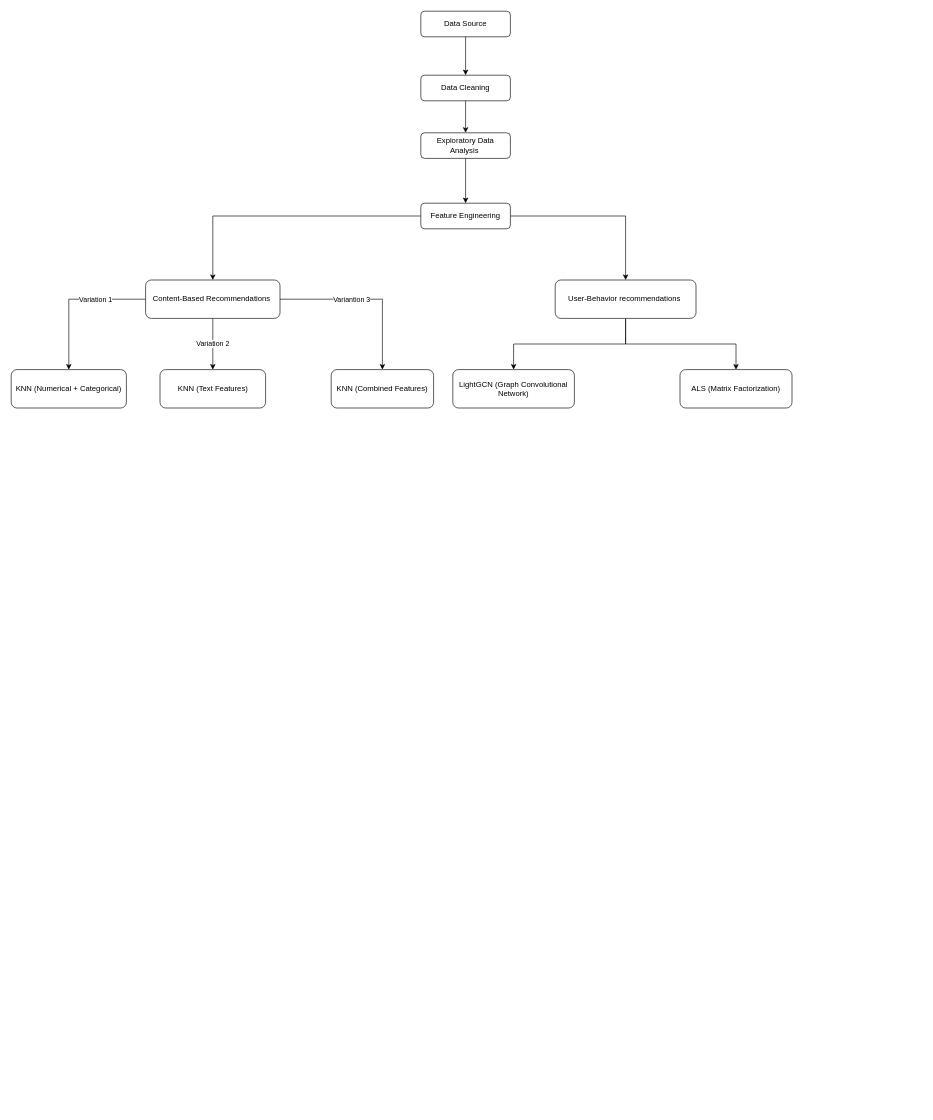
Above: Untitled Diagram.drawio in Vu-Tran-1611/group-project-recommendation-system (draw.io), before the change. Source tidied: cells renumbered, new cells numbered last; positions are measured from the earlier drawing's top-left corner, leaving out a move shared by most shapes. Both pictures are drawn from the tidied source at 64%, with x=0, y=0 at pixel (11, 11).
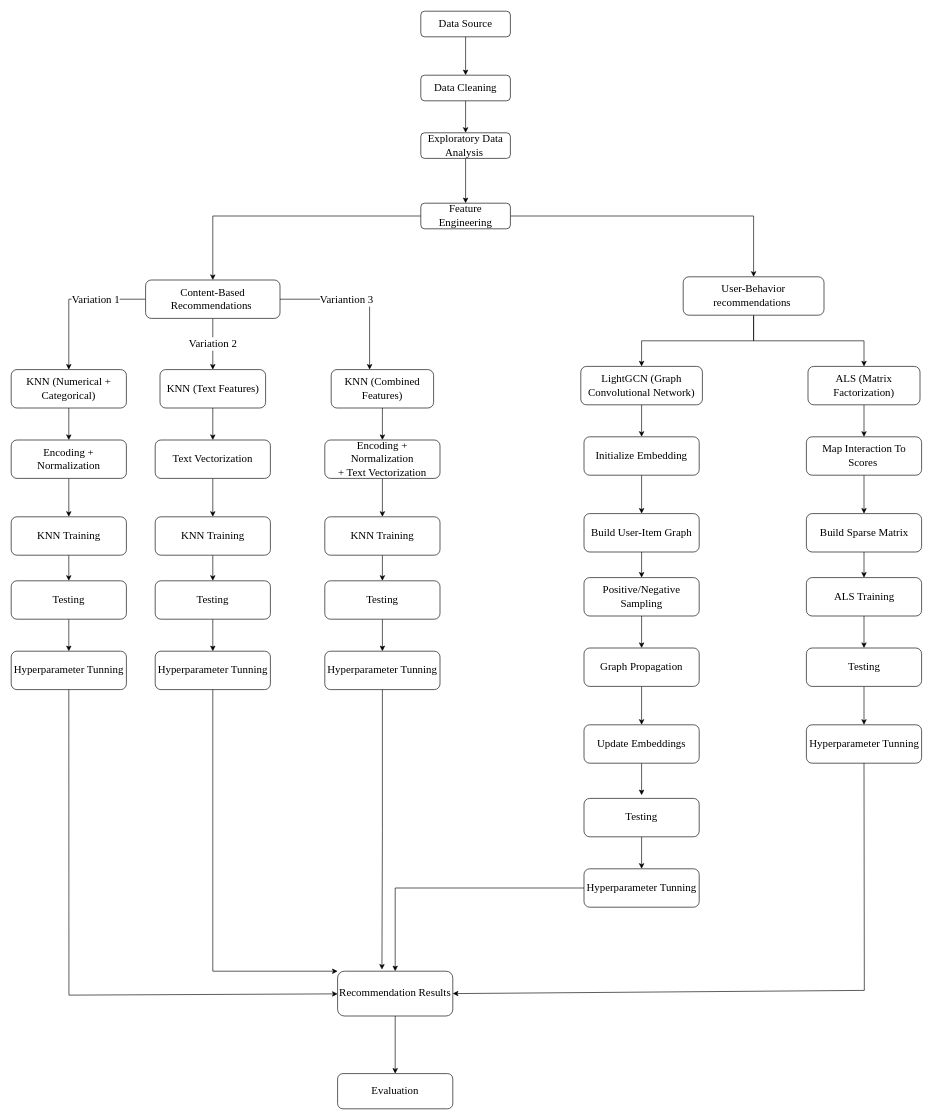
The same diagram, later.

The edit, as a diff of the source:
```diff
@@
-    <mxCell id="2" value="Data Source" style="rounded=1;whiteSpace=wrap;html=1;" parent="1" vertex="1">
+    <mxCell id="2" value="Data Source" style="rounded=1;whiteSpace=wrap;html=1;fontSize=17;fontFamily=Times New Roman;" parent="1" vertex="1">
       <mxGeometry x="640" width="140" height="40" as="geometry" />
     </mxCell>
-    <mxCell id="3" style="endArrow=classic;html=1;rounded=0;exitX=0.5;exitY=1;exitDx=0;exitDy=0;" parent="1" edge="1" source="2" target="4">
+    <mxCell id="3" style="endArrow=classic;html=1;rounded=0;exitX=0.5;exitY=1;exitDx=0;exitDy=0;fontSize=17;fontFamily=Times New Roman;" parent="1" edge="1" source="2" target="4">
       <mxGeometry relative="1" as="geometry" />
     </mxCell>
-    <mxCell id="4" value="Data Cleaning" style="rounded=1;whiteSpace=wrap;html=1;" parent="1" vertex="1">
+    <mxCell id="4" value="Data Cleaning" style="rounded=1;whiteSpace=wrap;html=1;fontSize=17;fontFamily=Times New Roman;" parent="1" vertex="1">
       <mxGeometry x="640" y="100" width="140" height="40" as="geometry" />
     </mxCell>
-    <mxCell id="5" value="Exploratory Data Analysis&amp;nbsp;" style="rounded=1;whiteSpace=wrap;html=1;" parent="1" vertex="1">
+    <mxCell id="5" value="Exploratory Data Analysis&amp;nbsp;" style="rounded=1;whiteSpace=wrap;html=1;fontSize=17;fontFamily=Times New Roman;" parent="1" vertex="1">
       <mxGeometry x="640" y="190" width="140" height="40" as="geometry" />
     </mxCell>
-    <mxCell id="6" style="endArrow=classic;html=1;rounded=0;exitX=0.5;exitY=1;exitDx=0;exitDy=0;" parent="1" edge="1" source="5" target="9">
+    <mxCell id="6" style="endArrow=classic;html=1;rounded=0;exitX=0.5;exitY=1;exitDx=0;exitDy=0;fontSize=17;fontFamily=Times New Roman;" parent="1" edge="1" source="5" target="9">
       <mxGeometry relative="1" as="geometry" />
     </mxCell>
-    <mxCell id="7" style="edgeStyle=orthogonalEdgeStyle;rounded=0;jettySize=auto;html=1;" parent="1" edge="1" source="9" target="16">
+    <mxCell id="7" style="edgeStyle=orthogonalEdgeStyle;rounded=0;jettySize=auto;html=1;fontSize=17;fontFamily=Times New Roman;" parent="1" edge="1" source="9" target="16">
       <mxGeometry relative="1" as="geometry" />
     </mxCell>
-    <mxCell id="8" style="edgeStyle=orthogonalEdgeStyle;rounded=0;jettySize=auto;html=1;" parent="1" edge="1" source="9" target="19">
+    <mxCell id="8" style="edgeStyle=orthogonalEdgeStyle;rounded=0;jettySize=auto;html=1;fontSize=17;fontFamily=Times New Roman;" parent="1" edge="1" source="9" target="19">
       <mxGeometry relative="1" as="geometry" />
     </mxCell>
-    <mxCell id="9" value="Feature Engineering" style="rounded=1;whiteSpace=wrap;html=1;" parent="1" vertex="1">
+    <mxCell id="9" value="Feature Engineering" style="rounded=1;whiteSpace=wrap;html=1;fontSize=17;fontFamily=Times New Roman;" parent="1" vertex="1">
       <mxGeometry x="640" y="300" width="140" height="40" as="geometry" />
     </mxCell>
-    <mxCell id="10" style="endArrow=classic;html=1;rounded=0;exitX=0.5;exitY=1;exitDx=0;exitDy=0;" parent="1" edge="1" source="4" target="5">
+    <mxCell id="10" style="endArrow=classic;html=1;rounded=0;exitX=0.5;exitY=1;exitDx=0;exitDy=0;fontSize=17;fontFamily=Times New Roman;" parent="1" edge="1" source="4" target="5">
       <mxGeometry relative="1" as="geometry" />
     </mxCell>
-    <mxCell id="11" style="edgeStyle=orthogonalEdgeStyle;rounded=0;jettySize=auto;html=1;" parent="1" edge="1" source="16" target="20">
+    <mxCell id="11" style="edgeStyle=orthogonalEdgeStyle;rounded=0;jettySize=auto;html=1;fontSize=17;fontFamily=Times New Roman;" parent="1" edge="1" source="16" target="20">
       <mxGeometry relative="1" as="geometry" />
     </mxCell>
-    <mxCell id="12" value="Variation 1" style="edgeLabel;html=1;align=center;verticalAlign=middle;" parent="11" vertex="1">
+    <mxCell id="12" value="Variation 1" style="edgeLabel;html=1;align=center;verticalAlign=middle;fontSize=17;fontFamily=Times New Roman;" parent="11" vertex="1">
       <mxGeometry x="-0.31" relative="1" as="geometry" />
     </mxCell>
-    <mxCell id="13" value="Variation 2" style="edgeStyle=orthogonalEdgeStyle;rounded=0;jettySize=auto;html=1;" parent="1" edge="1" source="16" target="21">
+    <mxCell id="13" value="Variation 2" style="edgeStyle=orthogonalEdgeStyle;rounded=0;jettySize=auto;html=1;fontSize=17;fontFamily=Times New Roman;" parent="1" edge="1" source="16" target="21">
       <mxGeometry relative="1" as="geometry" />
     </mxCell>
-    <mxCell id="14" style="edgeStyle=orthogonalEdgeStyle;rounded=0;jettySize=auto;html=1;" parent="1" edge="1" source="16" target="22">
-      <mxGeometry relative="1" as="geometry" />
+    <mxCell id="14" style="edgeStyle=orthogonalEdgeStyle;rounded=0;jettySize=auto;html=1;fontSize=17;fontFamily=Times New Roman;" parent="1" edge="1" source="16" target="22">
+      <mxGeometry relative="1" as="geometry">
+        <Array as="points">
+          <mxPoint x="560" y="450" />
+        </Array>
+      </mxGeometry>
     </mxCell>
-    <mxCell id="15" value="Variantion 3" style="edgeLabel;html=1;align=center;verticalAlign=middle;" parent="14" vertex="1">
+    <mxCell id="15" value="Variantion 3" style="edgeLabel;html=1;align=center;verticalAlign=middle;fontSize=17;fontFamily=Times New Roman;" parent="14" vertex="1">
       <mxGeometry x="-0.18" relative="1" as="geometry" />
     </mxCell>
-    <mxCell id="16" value="Content-Based Recommendations&amp;nbsp;" style="whiteSpace=wrap;html=1;rounded=1;" parent="1" vertex="1">
+    <mxCell id="16" value="Content-Based Recommendations&amp;nbsp;" style="whiteSpace=wrap;html=1;rounded=1;fontSize=17;fontFamily=Times New Roman;" parent="1" vertex="1">
       <mxGeometry x="210" y="420" width="210" height="60" as="geometry" />
     </mxCell>
-    <mxCell id="17" style="edgeStyle=orthogonalEdgeStyle;rounded=0;jettySize=auto;html=1;" parent="1" edge="1" source="19" target="23">
+    <mxCell id="17" style="edgeStyle=orthogonalEdgeStyle;rounded=0;jettySize=auto;html=1;fontSize=17;fontFamily=Times New Roman;" parent="1" edge="1" source="19" target="23">
       <mxGeometry relative="1" as="geometry" />
     </mxCell>
-    <mxCell id="18" style="edgeStyle=orthogonalEdgeStyle;rounded=0;jettySize=auto;html=1;" parent="1" edge="1" source="19" target="24">
+    <mxCell id="18" style="edgeStyle=orthogonalEdgeStyle;rounded=0;jettySize=auto;html=1;fontSize=17;fontFamily=Times New Roman;" parent="1" edge="1" source="19" target="24">
       <mxGeometry relative="1" as="geometry" />
     </mxCell>
-    <mxCell id="19" value="User-Behavior recommendations&amp;nbsp;" style="whiteSpace=wrap;html=1;rounded=1;" parent="1" vertex="1">
-      <mxGeometry x="850" y="420" width="220" height="60" as="geometry" />
+    <mxCell id="19" value="User-Behavior recommendations&amp;nbsp;" style="whiteSpace=wrap;html=1;rounded=1;fontSize=17;fontFamily=Times New Roman;" parent="1" vertex="1">
+      <mxGeometry x="1050" y="415" width="220" height="60" as="geometry" />
     </mxCell>
+    <mxCell id="25" style="edgeStyle=orthogonalEdgeStyle;rounded=0;jettySize=auto;html=1;fontSize=17;fontFamily=Times New Roman;" parent="1" edge="1" source="20" target="31">
+      <mxGeometry relative="1" as="geometry" />
+    </mxCell>
-    <mxCell id="20" value="KNN (Numerical + Categorical)" style="whiteSpace=wrap;html=1;rounded=1;" parent="1" vertex="1">
+    <mxCell id="20" value="KNN (Numerical + Categorical)" style="whiteSpace=wrap;html=1;rounded=1;fontSize=17;fontFamily=Times New Roman;" parent="1" vertex="1">
       <mxGeometry y="560" width="180" height="60" as="geometry" />
     </mxCell>
+    <mxCell id="26" style="edgeStyle=orthogonalEdgeStyle;rounded=0;jettySize=auto;html=1;fontSize=17;fontFamily=Times New Roman;" parent="1" edge="1" source="21" target="38">
+      <mxGeometry relative="1" as="geometry" />
+    </mxCell>
-    <mxCell id="21" value="KNN (Text Features)" style="whiteSpace=wrap;html=1;rounded=1;" parent="1" vertex="1">
+    <mxCell id="21" value="KNN (Text Features)" style="whiteSpace=wrap;html=1;rounded=1;fontSize=17;fontFamily=Times New Roman;" parent="1" vertex="1">
       <mxGeometry x="232.5" y="560" width="165" height="60" as="geometry" />
     </mxCell>
+    <mxCell id="27" style="edgeStyle=orthogonalEdgeStyle;rounded=0;jettySize=auto;html=1;fontSize=17;fontFamily=Times New Roman;" parent="1" edge="1" source="22" target="45">
+      <mxGeometry relative="1" as="geometry" />
+    </mxCell>
-    <mxCell id="22" value="KNN (Combined Features)" style="whiteSpace=wrap;html=1;rounded=1;" parent="1" vertex="1">
+    <mxCell id="22" value="KNN (Combined Features)" style="whiteSpace=wrap;html=1;rounded=1;fontSize=17;fontFamily=Times New Roman;" parent="1" vertex="1">
       <mxGeometry x="500" y="560" width="160" height="60" as="geometry" />
     </mxCell>
+    <mxCell id="28" style="edgeStyle=orthogonalEdgeStyle;rounded=0;jettySize=auto;html=1;fontSize=17;fontFamily=Times New Roman;" parent="1" edge="1" source="23" target="52">
+      <mxGeometry relative="1" as="geometry" />
+    </mxCell>
-    <mxCell id="23" value="ALS (Matrix Factorization)" style="whiteSpace=wrap;html=1;rounded=1;" parent="1" vertex="1">
-      <mxGeometry x="1045" y="560" width="175" height="60" as="geometry" />
+    <mxCell id="23" value="ALS (Matrix Factorization)" style="whiteSpace=wrap;html=1;rounded=1;fontSize=17;fontFamily=Times New Roman;" parent="1" vertex="1">
+      <mxGeometry x="1245" y="555" width="175" height="60" as="geometry" />
     </mxCell>
+    <mxCell id="29" style="edgeStyle=orthogonalEdgeStyle;rounded=0;jettySize=auto;html=1;fontSize=17;fontFamily=Times New Roman;" parent="1" edge="1" source="24" target="61">
+      <mxGeometry relative="1" as="geometry" />
+    </mxCell>
-    <mxCell id="24" value="LightGCN (Graph Convolutional Network)" style="whiteSpace=wrap;html=1;rounded=1;" parent="1" vertex="1">
-      <mxGeometry x="690" y="560" width="190" height="60" as="geometry" />
+    <mxCell id="24" value="LightGCN (Graph Convolutional Network)" style="whiteSpace=wrap;html=1;rounded=1;fontSize=17;fontFamily=Times New Roman;" parent="1" vertex="1">
+      <mxGeometry x="890" y="555" width="190" height="60" as="geometry" />
     </mxCell>
+    <mxCell id="30" style="edgeStyle=orthogonalEdgeStyle;rounded=0;jettySize=auto;html=1;fontSize=17;fontFamily=Times New Roman;" parent="1" edge="1" source="31" target="33">
+      <mxGeometry relative="1" as="geometry" />
+    </mxCell>
+    <mxCell id="31" value="Encoding + Normalization" style="whiteSpace=wrap;html=1;rounded=1;fontSize=17;fontFamily=Times New Roman;" parent="1" vertex="1">
+      <mxGeometry y="670" width="180" height="60" as="geometry" />
+    </mxCell>
+    <mxCell id="32" style="edgeStyle=orthogonalEdgeStyle;rounded=0;jettySize=auto;html=1;fontSize=17;fontFamily=Times New Roman;" parent="1" edge="1" source="33" target="35">
+      <mxGeometry relative="1" as="geometry" />
+    </mxCell>
+    <mxCell id="33" value="KNN Training" style="whiteSpace=wrap;html=1;rounded=1;fontSize=17;fontFamily=Times New Roman;" parent="1" vertex="1">
+      <mxGeometry y="790" width="180" height="60" as="geometry" />
+    </mxCell>
+    <mxCell id="34" style="edgeStyle=orthogonalEdgeStyle;rounded=0;jettySize=auto;html=1;exitX=0.5;exitY=1;exitDx=0;exitDy=0;entryX=0.5;entryY=0;entryDx=0;entryDy=0;fontSize=17;fontFamily=Times New Roman;" parent="1" edge="1" source="35" target="36">
+      <mxGeometry relative="1" as="geometry" />
+    </mxCell>
+    <mxCell id="35" value="Testing" style="whiteSpace=wrap;html=1;rounded=1;fontSize=17;fontFamily=Times New Roman;" parent="1" vertex="1">
+      <mxGeometry y="890" width="180" height="60" as="geometry" />
+    </mxCell>
+    <mxCell id="36" value="Hyperparameter Tunning" style="whiteSpace=wrap;html=1;rounded=1;fontSize=17;fontFamily=Times New Roman;" parent="1" vertex="1">
+      <mxGeometry y="1000" width="180" height="60" as="geometry" />
+    </mxCell>
+    <mxCell id="37" style="edgeStyle=orthogonalEdgeStyle;rounded=0;jettySize=auto;html=1;fontSize=17;fontFamily=Times New Roman;" parent="1" edge="1" source="38" target="40">
+      <mxGeometry relative="1" as="geometry" />
+    </mxCell>
+    <mxCell id="38" value="Text Vectorization" style="whiteSpace=wrap;html=1;rounded=1;fontSize=17;fontFamily=Times New Roman;" parent="1" vertex="1">
+      <mxGeometry x="225" y="670" width="180" height="60" as="geometry" />
+    </mxCell>
+    <mxCell id="39" style="edgeStyle=orthogonalEdgeStyle;rounded=0;jettySize=auto;html=1;fontSize=17;fontFamily=Times New Roman;" parent="1" edge="1" source="40" target="42">
+      <mxGeometry relative="1" as="geometry" />
+    </mxCell>
+    <mxCell id="40" value="KNN Training" style="whiteSpace=wrap;html=1;rounded=1;fontSize=17;fontFamily=Times New Roman;" parent="1" vertex="1">
+      <mxGeometry x="225" y="790" width="180" height="60" as="geometry" />
+    </mxCell>
+    <mxCell id="41" style="edgeStyle=orthogonalEdgeStyle;rounded=0;jettySize=auto;html=1;exitX=0.5;exitY=1;exitDx=0;exitDy=0;entryX=0.5;entryY=0;entryDx=0;entryDy=0;fontSize=17;fontFamily=Times New Roman;" parent="1" edge="1" source="42" target="43">
+      <mxGeometry relative="1" as="geometry" />
+    </mxCell>
+    <mxCell id="42" value="Testing" style="whiteSpace=wrap;html=1;rounded=1;fontSize=17;fontFamily=Times New Roman;" parent="1" vertex="1">
+      <mxGeometry x="225" y="890" width="180" height="60" as="geometry" />
+    </mxCell>
+    <mxCell id="43" value="Hyperparameter Tunning" style="whiteSpace=wrap;html=1;rounded=1;fontSize=17;fontFamily=Times New Roman;" parent="1" vertex="1">
+      <mxGeometry x="225" y="1000" width="180" height="60" as="geometry" />
+    </mxCell>
+    <mxCell id="44" style="edgeStyle=orthogonalEdgeStyle;rounded=0;jettySize=auto;html=1;fontSize=17;fontFamily=Times New Roman;" parent="1" edge="1" source="45" target="47">
+      <mxGeometry relative="1" as="geometry" />
+    </mxCell>
+    <mxCell id="45" value="Encoding + Normalization&lt;div&gt;+ Text Vectorization&lt;/div&gt;" style="whiteSpace=wrap;html=1;rounded=1;fontSize=17;fontFamily=Times New Roman;" parent="1" vertex="1">
+      <mxGeometry x="490" y="670" width="180" height="60" as="geometry" />
+    </mxCell>
+    <mxCell id="46" style="edgeStyle=orthogonalEdgeStyle;rounded=0;jettySize=auto;html=1;fontSize=17;fontFamily=Times New Roman;" parent="1" edge="1" source="47" target="49">
+      <mxGeometry relative="1" as="geometry" />
+    </mxCell>
+    <mxCell id="47" value="KNN Training" style="whiteSpace=wrap;html=1;rounded=1;fontSize=17;fontFamily=Times New Roman;" parent="1" vertex="1">
+      <mxGeometry x="490" y="790" width="180" height="60" as="geometry" />
+    </mxCell>
+    <mxCell id="48" style="edgeStyle=orthogonalEdgeStyle;rounded=0;jettySize=auto;html=1;exitX=0.5;exitY=1;exitDx=0;exitDy=0;entryX=0.5;entryY=0;entryDx=0;entryDy=0;fontSize=17;fontFamily=Times New Roman;" parent="1" edge="1" source="49" target="50">
+      <mxGeometry relative="1" as="geometry" />
+    </mxCell>
+    <mxCell id="49" value="Testing" style="whiteSpace=wrap;html=1;rounded=1;fontSize=17;fontFamily=Times New Roman;" parent="1" vertex="1">
+      <mxGeometry x="490" y="890" width="180" height="60" as="geometry" />
+    </mxCell>
+    <mxCell id="50" value="Hyperparameter Tunning" style="whiteSpace=wrap;html=1;rounded=1;fontSize=17;fontFamily=Times New Roman;" parent="1" vertex="1">
+      <mxGeometry x="490" y="1000" width="180" height="60" as="geometry" />
+    </mxCell>
+    <mxCell id="51" style="edgeStyle=orthogonalEdgeStyle;rounded=0;jettySize=auto;html=1;fontSize=17;fontFamily=Times New Roman;" parent="1" edge="1" source="52" target="54">
+      <mxGeometry relative="1" as="geometry" />
+    </mxCell>
+    <mxCell id="52" value="Map Interaction To Scores&amp;nbsp;" style="whiteSpace=wrap;html=1;rounded=1;fontSize=17;fontFamily=Times New Roman;" parent="1" vertex="1">
+      <mxGeometry x="1242.5" y="665" width="180" height="60" as="geometry" />
+    </mxCell>
+    <mxCell id="53" style="edgeStyle=orthogonalEdgeStyle;rounded=0;jettySize=auto;html=1;fontSize=17;fontFamily=Times New Roman;" parent="1" edge="1" source="54" target="56">
+      <mxGeometry relative="1" as="geometry" />
+    </mxCell>
+    <mxCell id="54" value="Build Sparse Matrix" style="whiteSpace=wrap;html=1;rounded=1;fontSize=17;fontFamily=Times New Roman;" parent="1" vertex="1">
+      <mxGeometry x="1242.5" y="785" width="180" height="60" as="geometry" />
+    </mxCell>
+    <mxCell id="55" style="edgeStyle=orthogonalEdgeStyle;rounded=0;jettySize=auto;html=1;exitX=0.5;exitY=1;exitDx=0;exitDy=0;entryX=0.5;entryY=0;entryDx=0;entryDy=0;fontSize=17;fontFamily=Times New Roman;" parent="1" edge="1" source="56" target="58">
+      <mxGeometry relative="1" as="geometry" />
+    </mxCell>
+    <mxCell id="56" value="ALS Training" style="whiteSpace=wrap;html=1;rounded=1;fontSize=17;fontFamily=Times New Roman;" parent="1" vertex="1">
+      <mxGeometry x="1242.5" y="885" width="180" height="60" as="geometry" />
+    </mxCell>
+    <mxCell id="57" style="edgeStyle=orthogonalEdgeStyle;rounded=0;jettySize=auto;html=1;fontSize=17;fontFamily=Times New Roman;" parent="1" edge="1" source="58" target="59">
+      <mxGeometry relative="1" as="geometry" />
+    </mxCell>
+    <mxCell id="58" value="Testing" style="whiteSpace=wrap;html=1;rounded=1;fontSize=17;fontFamily=Times New Roman;" parent="1" vertex="1">
+      <mxGeometry x="1242.5" y="995" width="180" height="60" as="geometry" />
+    </mxCell>
+    <mxCell id="59" value="Hyperparameter Tunning" style="whiteSpace=wrap;html=1;rounded=1;fontSize=17;fontFamily=Times New Roman;" parent="1" vertex="1">
+      <mxGeometry x="1242.5" y="1115" width="180" height="60" as="geometry" />
+    </mxCell>
+    <mxCell id="60" style="edgeStyle=orthogonalEdgeStyle;rounded=0;jettySize=auto;html=1;fontSize=17;fontFamily=Times New Roman;" parent="1" edge="1" source="61" target="63">
+      <mxGeometry relative="1" as="geometry" />
+    </mxCell>
+    <mxCell id="61" value="Initialize Embedding" style="whiteSpace=wrap;html=1;rounded=1;fontSize=17;fontFamily=Times New Roman;" parent="1" vertex="1">
+      <mxGeometry x="895" y="665" width="180" height="60" as="geometry" />
+    </mxCell>
+    <mxCell id="62" style="edgeStyle=orthogonalEdgeStyle;rounded=0;jettySize=auto;html=1;fontSize=17;fontFamily=Times New Roman;" parent="1" edge="1" source="63" target="65">
+      <mxGeometry relative="1" as="geometry" />
+    </mxCell>
+    <mxCell id="63" value="Build User-Item Graph" style="whiteSpace=wrap;html=1;rounded=1;fontSize=17;fontFamily=Times New Roman;" parent="1" vertex="1">
+      <mxGeometry x="895" y="785" width="180" height="60" as="geometry" />
+    </mxCell>
+    <mxCell id="64" style="edgeStyle=orthogonalEdgeStyle;rounded=0;jettySize=auto;html=1;exitX=0.5;exitY=1;exitDx=0;exitDy=0;entryX=0.5;entryY=0;entryDx=0;entryDy=0;fontSize=17;fontFamily=Times New Roman;" parent="1" edge="1" source="65" target="67">
+      <mxGeometry relative="1" as="geometry" />
+    </mxCell>
+    <mxCell id="65" value="Positive/Negative Sampling" style="whiteSpace=wrap;html=1;rounded=1;fontSize=17;fontFamily=Times New Roman;" parent="1" vertex="1">
+      <mxGeometry x="895" y="885" width="180" height="60" as="geometry" />
+    </mxCell>
+    <mxCell id="66" style="edgeStyle=orthogonalEdgeStyle;rounded=0;jettySize=auto;html=1;fontSize=17;fontFamily=Times New Roman;" parent="1" edge="1" source="67" target="69">
+      <mxGeometry relative="1" as="geometry" />
+    </mxCell>
+    <mxCell id="67" value="Graph Propagation" style="whiteSpace=wrap;html=1;rounded=1;fontSize=17;fontFamily=Times New Roman;" parent="1" vertex="1">
+      <mxGeometry x="895" y="995" width="180" height="60" as="geometry" />
+    </mxCell>
+    <mxCell id="68" style="edgeStyle=orthogonalEdgeStyle;rounded=0;jettySize=auto;html=1;fontSize=17;fontFamily=Times New Roman;" parent="1" edge="1" source="69">
+      <mxGeometry relative="1" as="geometry">
+        <mxPoint x="985" y="1225" as="targetPoint" />
+      </mxGeometry>
+    </mxCell>
+    <mxCell id="69" value="Update Embeddings" style="whiteSpace=wrap;html=1;rounded=1;fontSize=17;fontFamily=Times New Roman;" parent="1" vertex="1">
+      <mxGeometry x="895" y="1115" width="180" height="60" as="geometry" />
+    </mxCell>
+    <mxCell id="70" style="edgeStyle=orthogonalEdgeStyle;rounded=0;jettySize=auto;html=1;fontSize=17;fontFamily=Times New Roman;" parent="1" edge="1" source="71" target="73">
+      <mxGeometry relative="1" as="geometry" />
+    </mxCell>
+    <mxCell id="71" value="Testing" style="whiteSpace=wrap;html=1;rounded=1;fontSize=17;fontFamily=Times New Roman;" parent="1" vertex="1">
+      <mxGeometry x="895" y="1230" width="180" height="60" as="geometry" />
+    </mxCell>
+    <mxCell id="72" style="edgeStyle=orthogonalEdgeStyle;rounded=0;jettySize=auto;html=1;fontSize=17;fontFamily=Times New Roman;" parent="1" edge="1" source="73" target="75">
+      <mxGeometry relative="1" as="geometry" />
+    </mxCell>
+    <mxCell id="73" value="Hyperparameter Tunning" style="whiteSpace=wrap;html=1;rounded=1;fontSize=17;fontFamily=Times New Roman;" parent="1" vertex="1">
+      <mxGeometry x="895" y="1340" width="180" height="60" as="geometry" />
+    </mxCell>
+    <mxCell id="74" style="edgeStyle=orthogonalEdgeStyle;rounded=0;jettySize=auto;html=1;fontSize=17;fontFamily=Times New Roman;" parent="1" edge="1" source="75" target="76">
+      <mxGeometry relative="1" as="geometry" />
+    </mxCell>
+    <mxCell id="75" value="Recommendation Results" style="rounded=1;whiteSpace=wrap;html=1;fontSize=17;fontFamily=Times New Roman;" parent="1" vertex="1">
+      <mxGeometry x="510" y="1500" width="180" height="70" as="geometry" />
+    </mxCell>
+    <mxCell id="76" value="Evaluation" style="whiteSpace=wrap;html=1;rounded=1;fontSize=17;fontFamily=Times New Roman;" parent="1" vertex="1">
+      <mxGeometry x="510" y="1660" width="180" height="55" as="geometry" />
+    </mxCell>
+    <mxCell id="77" style="endArrow=classic;html=1;rounded=0;exitX=0.582;exitY=0.96;exitDx=0;exitDy=0;exitPerimeter=0;fontSize=17;fontFamily=Times New Roman;" parent="1" edge="1" target="75">
+      <mxGeometry relative="1" as="geometry">
+        <mxPoint x="90" y="1060" as="sourcePoint" />
+        <Array as="points">
+          <mxPoint x="90.2" y="1537.4" />
+        </Array>
+      </mxGeometry>
+    </mxCell>
+    <mxCell id="78" style="endArrow=classic;html=1;rounded=0;exitX=0.5;exitY=1;exitDx=0;exitDy=0;entryX=0;entryY=0;entryDx=0;entryDy=0;fontSize=17;fontFamily=Times New Roman;" parent="1" edge="1" source="43" target="75">
+      <mxGeometry relative="1" as="geometry">
+        <Array as="points">
+          <mxPoint x="315" y="1500" />
+        </Array>
+      </mxGeometry>
+    </mxCell>
+    <mxCell id="79" style="edgeStyle=orthogonalEdgeStyle;rounded=0;jettySize=auto;html=1;entryX=0.385;entryY=-0.036;entryDx=0;entryDy=0;entryPerimeter=0;fontSize=17;fontFamily=Times New Roman;" parent="1" edge="1" source="50" target="75">
+      <mxGeometry relative="1" as="geometry" />
+    </mxCell>
+    <mxCell id="80" style="endArrow=classic;html=1;rounded=0;entryX=1;entryY=0.5;entryDx=0;entryDy=0;exitX=0.5;exitY=1;exitDx=0;exitDy=0;fontSize=17;fontFamily=Times New Roman;" parent="1" edge="1" source="59" target="75">
+      <mxGeometry relative="1" as="geometry">
+        <Array as="points">
+          <mxPoint x="1333" y="1530" />
+        </Array>
+      </mxGeometry>
+    </mxCell>
```
